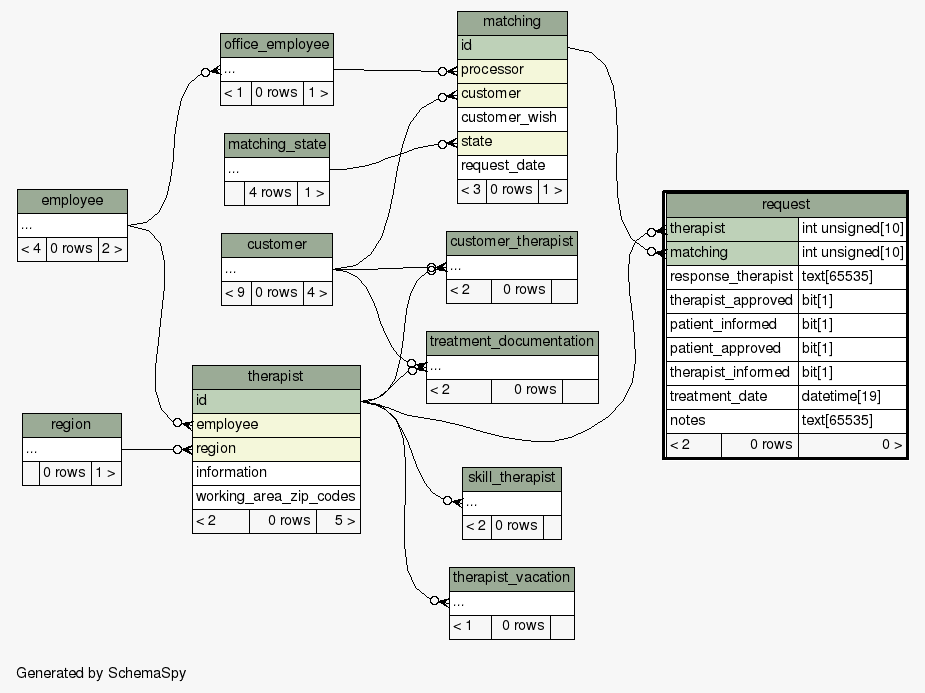
Earlier version of the Graphviz export diagrams/request.2degrees.png (KaiBMP/KaiBMP.github.io). Its source is kept beside it as diagrams/request.2degrees.dot.
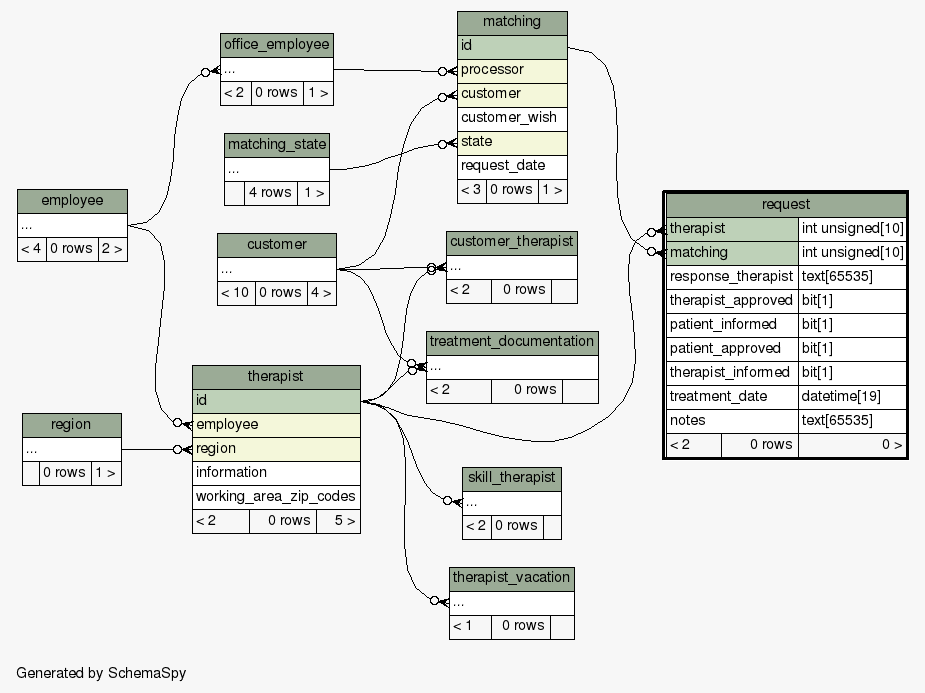
Later version of the same file.

Change to the diagram source:
```diff
@@ -36,7 +36,7 @@
     <TABLE BORDER="0" CELLBORDER="1" CELLSPACING="0" BGCOLOR="#ffffff">
       <TR><TD COLSPAN="3" BGCOLOR="#9bab96" ALIGN="CENTER">customer</TD></TR>
       <TR><TD PORT="elipses" COLSPAN="3" ALIGN="LEFT">...</TD></TR>
-      <TR><TD ALIGN="LEFT" BGCOLOR="#f7f7f7">&lt; 9</TD><TD ALIGN="RIGHT" BGCOLOR="#f7f7f7">0 rows</TD><TD ALIGN="RIGHT" BGCOLOR="#f7f7f7">4 &gt;</TD></TR>
+      <TR><TD ALIGN="LEFT" BGCOLOR="#f7f7f7">&lt; 10</TD><TD ALIGN="RIGHT" BGCOLOR="#f7f7f7">0 rows</TD><TD ALIGN="RIGHT" BGCOLOR="#f7f7f7">4 &gt;</TD></TR>
     </TABLE>>
     URL="customer.html"
     tooltip="customer"
@@ -91,7 +91,7 @@
     <TABLE BORDER="0" CELLBORDER="1" CELLSPACING="0" BGCOLOR="#ffffff">
       <TR><TD COLSPAN="3" BGCOLOR="#9bab96" ALIGN="CENTER">office_employee</TD></TR>
       <TR><TD PORT="elipses" COLSPAN="3" ALIGN="LEFT">...</TD></TR>
-      <TR><TD ALIGN="LEFT" BGCOLOR="#f7f7f7">&lt; 1</TD><TD ALIGN="RIGHT" BGCOLOR="#f7f7f7">0 rows</TD><TD ALIGN="RIGHT" BGCOLOR="#f7f7f7">1 &gt;</TD></TR>
+      <TR><TD ALIGN="LEFT" BGCOLOR="#f7f7f7">&lt; 2</TD><TD ALIGN="RIGHT" BGCOLOR="#f7f7f7">0 rows</TD><TD ALIGN="RIGHT" BGCOLOR="#f7f7f7">1 &gt;</TD></TR>
     </TABLE>>
     URL="office_employee.html"
     tooltip="office_employee"
```
